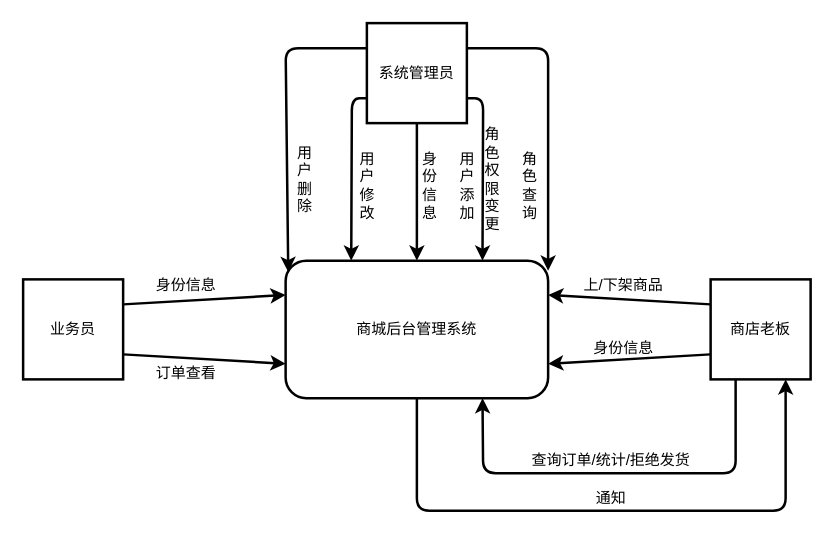
This is 上下纹数据流图.drawio from srcrs/draw-static, a draw.io file, before an edit. Source tidied: cells renumbered, new cells numbered last; positions are measured from the earlier drawing's top-left corner, leaving out a move shared by most shapes. Both pictures are drawn from the tidied source at 125%, with x=0, y=0 at pixel (22, 22).
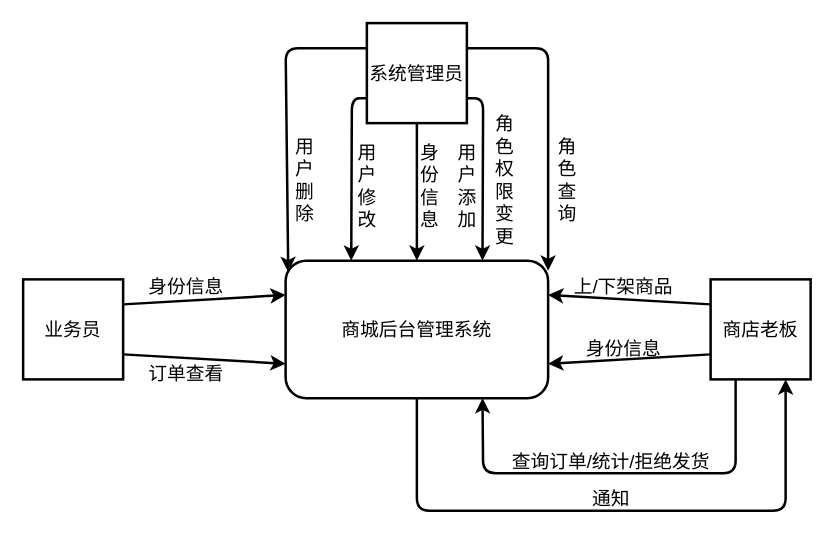
After the change.

Commit message:
更新上下纹数据流图.drawio

Diff of the diagram source:
```diff
@@
-    <mxCell id="2" value="商城后台管理系统" style="rounded=1;whiteSpace=wrap;html=1;strokeWidth=2;" parent="1" vertex="1">
+    <mxCell id="2" value="商城后台管理系统" style="rounded=1;whiteSpace=wrap;html=1;strokeWidth=2;fontSize=15;" parent="1" vertex="1">
       <mxGeometry x="210" y="190" width="210" height="110" as="geometry" />
     </mxCell>
-    <mxCell id="3" value="系统管理员" style="whiteSpace=wrap;html=1;strokeWidth=2;" parent="1" vertex="1">
+    <mxCell id="3" value="系统管理员" style="whiteSpace=wrap;html=1;strokeWidth=2;fontSize=15;" parent="1" vertex="1">
       <mxGeometry x="275" width="80" height="80" as="geometry" />
     </mxCell>
-    <mxCell id="4" value="商店老板" style="whiteSpace=wrap;html=1;strokeWidth=2;" parent="1" vertex="1">
+    <mxCell id="4" value="商店老板" style="whiteSpace=wrap;html=1;strokeWidth=2;fontSize=15;" parent="1" vertex="1">
       <mxGeometry x="550" y="205" width="80" height="80" as="geometry" />
     </mxCell>
-    <mxCell id="5" value="业务员" style="whiteSpace=wrap;html=1;strokeWidth=2;" parent="1" vertex="1">
+    <mxCell id="5" value="业务员" style="whiteSpace=wrap;html=1;strokeWidth=2;fontSize=15;" parent="1" vertex="1">
       <mxGeometry y="205" width="80" height="80" as="geometry" />
     </mxCell>
-    <mxCell id="6" style="endArrow=classic;html=1;strokeWidth=2;entryX=0.5;entryY=0;entryDx=0;entryDy=0;exitX=0.5;exitY=1;exitDx=0;exitDy=0;" parent="1" edge="1" source="3" target="2">
+    <mxCell id="6" style="endArrow=classic;html=1;strokeWidth=2;entryX=0.5;entryY=0;entryDx=0;entryDy=0;exitX=0.5;exitY=1;exitDx=0;exitDy=0;fontSize=15;" parent="1" edge="1" source="3" target="2">
       <mxGeometry relative="1" as="geometry" />
     </mxCell>
-    <mxCell id="7" value="身&lt;br&gt;份&lt;br&gt;信&lt;br&gt;息" style="text;html=1;align=center;verticalAlign=middle;" parent="1" vertex="1">
-      <mxGeometry x="310" y="100" width="30" height="60" as="geometry" />
+    <mxCell id="7" value="身&lt;br style=&quot;font-size: 15px;&quot;&gt;份&lt;br style=&quot;font-size: 15px;&quot;&gt;信&lt;br style=&quot;font-size: 15px;&quot;&gt;息" style="text;html=1;align=center;verticalAlign=middle;fontSize=15;" parent="1" vertex="1">
+      <mxGeometry x="310" y="90" width="30" height="80" as="geometry" />
     </mxCell>
-    <mxCell id="8" style="endArrow=classic;html=1;strokeWidth=2;exitX=1;exitY=0.75;exitDx=0;exitDy=0;entryX=0.75;entryY=0;entryDx=0;entryDy=0;" parent="1" edge="1" source="3" target="2">
+    <mxCell id="8" style="endArrow=classic;html=1;strokeWidth=2;exitX=1;exitY=0.75;exitDx=0;exitDy=0;entryX=0.75;entryY=0;entryDx=0;entryDy=0;fontSize=15;" parent="1" edge="1" source="3" target="2">
       <mxGeometry relative="1" as="geometry">
         <Array as="points">
           <mxPoint x="368" y="60" />
         </Array>
       </mxGeometry>
     </mxCell>
-    <mxCell id="9" value="用&lt;br&gt;户&lt;br&gt;添&lt;br&gt;加" style="text;html=1;align=center;verticalAlign=middle;" parent="1" vertex="1">
-      <mxGeometry x="340" y="100" width="30" height="60" as="geometry" />
+    <mxCell id="9" value="用&lt;br style=&quot;font-size: 15px;&quot;&gt;户&lt;br style=&quot;font-size: 15px;&quot;&gt;添&lt;br style=&quot;font-size: 15px;&quot;&gt;加" style="text;html=1;align=center;verticalAlign=middle;fontSize=15;" parent="1" vertex="1">
+      <mxGeometry x="340" y="90" width="30" height="80" as="geometry" />
     </mxCell>
-    <mxCell id="10" value="用&lt;br&gt;户&lt;br&gt;修&lt;br&gt;改" style="text;html=1;align=center;verticalAlign=middle;" parent="1" vertex="1">
-      <mxGeometry x="260" y="100" width="30" height="60" as="geometry" />
+    <mxCell id="10" value="用&lt;br style=&quot;font-size: 15px;&quot;&gt;户&lt;br style=&quot;font-size: 15px;&quot;&gt;修&lt;br style=&quot;font-size: 15px;&quot;&gt;改" style="text;html=1;align=center;verticalAlign=middle;fontSize=15;" parent="1" vertex="1">
+      <mxGeometry x="260" y="90" width="30" height="80" as="geometry" />
     </mxCell>
-    <mxCell id="11" value="用&lt;br&gt;户&lt;br&gt;删&lt;br&gt;除" style="text;html=1;align=center;verticalAlign=middle;" parent="1" vertex="1">
-      <mxGeometry x="210" y="95" width="30" height="60" as="geometry" />
+    <mxCell id="11" value="用&lt;br style=&quot;font-size: 15px;&quot;&gt;户&lt;br style=&quot;font-size: 15px;&quot;&gt;删&lt;br style=&quot;font-size: 15px;&quot;&gt;除" style="text;html=1;align=center;verticalAlign=middle;fontSize=15;" parent="1" vertex="1">
+      <mxGeometry x="210" y="85" width="30" height="80" as="geometry" />
     </mxCell>
-    <mxCell id="12" value="角&lt;br&gt;色&lt;br&gt;查&lt;br&gt;询" style="text;html=1;align=center;verticalAlign=middle;" parent="1" vertex="1">
-      <mxGeometry x="390" y="100" width="30" height="60" as="geometry" />
+    <mxCell id="12" value="角&lt;br style=&quot;font-size: 15px;&quot;&gt;色&lt;br style=&quot;font-size: 15px;&quot;&gt;查&lt;br style=&quot;font-size: 15px;&quot;&gt;询" style="text;html=1;align=center;verticalAlign=middle;fontSize=15;" parent="1" vertex="1">
+      <mxGeometry x="420" y="85" width="30" height="80" as="geometry" />
     </mxCell>
-    <mxCell id="13" value="角&lt;br&gt;色&lt;br&gt;权&lt;br&gt;限&lt;br&gt;变&lt;br&gt;更" style="text;html=1;align=center;verticalAlign=middle;" parent="1" vertex="1">
-      <mxGeometry x="360" y="80" width="30" height="90" as="geometry" />
+    <mxCell id="13" value="角&lt;br style=&quot;font-size: 15px;&quot;&gt;色&lt;br style=&quot;font-size: 15px;&quot;&gt;权&lt;br style=&quot;font-size: 15px;&quot;&gt;限&lt;br style=&quot;font-size: 15px;&quot;&gt;变&lt;br style=&quot;font-size: 15px;&quot;&gt;更" style="text;html=1;align=center;verticalAlign=middle;fontSize=15;" parent="1" vertex="1">
+      <mxGeometry x="370" y="70" width="30" height="110" as="geometry" />
     </mxCell>
-    <mxCell id="14" style="endArrow=classic;html=1;strokeWidth=2;exitX=0;exitY=0.75;exitDx=0;exitDy=0;entryX=0.25;entryY=0;entryDx=0;entryDy=0;" parent="1" edge="1" source="3" target="2">
+    <mxCell id="14" style="endArrow=classic;html=1;strokeWidth=2;exitX=0;exitY=0.75;exitDx=0;exitDy=0;entryX=0.25;entryY=0;entryDx=0;entryDy=0;fontSize=15;" parent="1" edge="1" source="3" target="2">
       <mxGeometry relative="1" as="geometry">
         <Array as="points">
           <mxPoint x="263" y="60" />
         </Array>
       </mxGeometry>
     </mxCell>
-    <mxCell id="15" style="endArrow=classic;html=1;strokeWidth=2;exitX=1;exitY=0.25;exitDx=0;exitDy=0;entryX=1;entryY=0.073;entryDx=0;entryDy=0;entryPerimeter=0;" parent="1" edge="1" source="3" target="2">
+    <mxCell id="15" style="endArrow=classic;html=1;strokeWidth=2;exitX=1;exitY=0.25;exitDx=0;exitDy=0;entryX=1;entryY=0.073;entryDx=0;entryDy=0;entryPerimeter=0;fontSize=15;" parent="1" edge="1" source="3" target="2">
       <mxGeometry relative="1" as="geometry">
         <Array as="points">
           <mxPoint x="420" y="20" />
         </Array>
       </mxGeometry>
     </mxCell>
-    <mxCell id="16" style="endArrow=classic;html=1;strokeWidth=2;exitX=0;exitY=0.25;exitDx=0;exitDy=0;entryX=0.01;entryY=0.082;entryDx=0;entryDy=0;entryPerimeter=0;" parent="1" edge="1" source="3" target="2">
+    <mxCell id="16" style="endArrow=classic;html=1;strokeWidth=2;exitX=0;exitY=0.25;exitDx=0;exitDy=0;entryX=0.01;entryY=0.082;entryDx=0;entryDy=0;entryPerimeter=0;fontSize=15;" parent="1" edge="1" source="3" target="2">
       <mxGeometry relative="1" as="geometry">
         <Array as="points">
           <mxPoint x="210" y="20" />
         </Array>
       </mxGeometry>
     </mxCell>
-    <mxCell id="17" style="endArrow=classic;html=1;strokeWidth=2;exitX=1;exitY=0.25;exitDx=0;exitDy=0;entryX=0;entryY=0.25;entryDx=0;entryDy=0;" parent="1" edge="1" source="5" target="2">
+    <mxCell id="17" style="endArrow=classic;html=1;strokeWidth=2;exitX=1;exitY=0.25;exitDx=0;exitDy=0;entryX=0;entryY=0.25;entryDx=0;entryDy=0;fontSize=15;" parent="1" edge="1" source="5" target="2">
       <mxGeometry relative="1" as="geometry" />
     </mxCell>
-    <mxCell id="18" value="身份信息" style="text;html=1;align=center;verticalAlign=middle;" parent="1" vertex="1">
-      <mxGeometry x="100" y="200" width="60" height="20" as="geometry" />
+    <mxCell id="18" value="身份信息" style="text;html=1;align=center;verticalAlign=middle;fontSize=15;" parent="1" vertex="1">
+      <mxGeometry x="90" y="200" width="80" height="20" as="geometry" />
     </mxCell>
-    <mxCell id="19" style="endArrow=classic;html=1;strokeWidth=2;exitX=1;exitY=0.75;exitDx=0;exitDy=0;entryX=0;entryY=0.75;entryDx=0;entryDy=0;" parent="1" edge="1" source="5" target="2">
+    <mxCell id="19" style="endArrow=classic;html=1;strokeWidth=2;exitX=1;exitY=0.75;exitDx=0;exitDy=0;entryX=0;entryY=0.75;entryDx=0;entryDy=0;fontSize=15;" parent="1" edge="1" source="5" target="2">
       <mxGeometry relative="1" as="geometry" />
     </mxCell>
-    <mxCell id="20" value="订单查看" style="text;html=1;align=center;verticalAlign=middle;" parent="1" vertex="1">
-      <mxGeometry x="100" y="270" width="60" height="20" as="geometry" />
+    <mxCell id="20" value="订单查看" style="text;html=1;align=center;verticalAlign=middle;fontSize=15;" parent="1" vertex="1">
+      <mxGeometry x="90" y="270" width="80" height="20" as="geometry" />
     </mxCell>
-    <mxCell id="21" style="endArrow=classic;html=1;strokeWidth=2;entryX=1;entryY=0.25;entryDx=0;entryDy=0;" parent="1" edge="1" target="2">
+    <mxCell id="21" style="endArrow=classic;html=1;strokeWidth=2;entryX=1;entryY=0.25;entryDx=0;entryDy=0;fontSize=15;" parent="1" edge="1" target="2">
       <mxGeometry relative="1" as="geometry">
         <mxPoint x="550" y="225" as="sourcePoint" />
       </mxGeometry>
     </mxCell>
-    <mxCell id="22" style="endArrow=classic;html=1;strokeWidth=2;exitX=0.5;exitY=1;exitDx=0;exitDy=0;entryX=0.75;entryY=1;entryDx=0;entryDy=0;" parent="1" edge="1" source="2" target="4">
+    <mxCell id="22" style="endArrow=classic;html=1;strokeWidth=2;exitX=0.5;exitY=1;exitDx=0;exitDy=0;entryX=0.75;entryY=1;entryDx=0;entryDy=0;fontSize=15;" parent="1" edge="1" source="2" target="4">
       <mxGeometry relative="1" as="geometry">
         <Array as="points">
           <mxPoint x="315" y="390" />
           <mxPoint x="470" y="390" />
           <mxPoint x="610" y="390" />
         </Array>
       </mxGeometry>
     </mxCell>
-    <mxCell id="23" style="endArrow=classic;html=1;strokeWidth=2;exitX=0;exitY=0.75;exitDx=0;exitDy=0;entryX=1;entryY=0.75;entryDx=0;entryDy=0;" parent="1" edge="1" source="4" target="2">
+    <mxCell id="23" style="endArrow=classic;html=1;strokeWidth=2;exitX=0;exitY=0.75;exitDx=0;exitDy=0;entryX=1;entryY=0.75;entryDx=0;entryDy=0;fontSize=15;" parent="1" edge="1" source="4" target="2">
       <mxGeometry relative="1" as="geometry" />
     </mxCell>
-    <mxCell id="24" value="上/下架商品" style="text;html=1;align=center;verticalAlign=middle;" parent="1" vertex="1">
-      <mxGeometry x="440" y="200" width="80" height="20" as="geometry" />
+    <mxCell id="24" value="上/下架商品" style="text;html=1;align=center;verticalAlign=middle;fontSize=15;" parent="1" vertex="1">
+      <mxGeometry x="435" y="200" width="90" height="20" as="geometry" />
     </mxCell>
-    <mxCell id="25" value="通知" style="text;html=1;align=center;verticalAlign=middle;" parent="1" vertex="1">
-      <mxGeometry x="450" y="370" width="40" height="20" as="geometry" />
+    <mxCell id="25" value="通知" style="text;html=1;align=center;verticalAlign=middle;fontSize=15;" parent="1" vertex="1">
+      <mxGeometry x="445" y="370" width="50" height="20" as="geometry" />
     </mxCell>
-    <mxCell id="26" value="查询订单/统计/拒绝发货" style="text;html=1;align=center;verticalAlign=middle;" parent="1" vertex="1">
-      <mxGeometry x="400" y="340" width="140" height="20" as="geometry" />
+    <mxCell id="26" value="查询订单/统计/拒绝发货" style="text;html=1;align=center;verticalAlign=middle;fontSize=15;" parent="1" vertex="1">
+      <mxGeometry x="385" y="340" width="170" height="20" as="geometry" />
     </mxCell>
-    <mxCell id="27" style="endArrow=classic;html=1;strokeWidth=2;exitX=0.25;exitY=1;exitDx=0;exitDy=0;entryX=0.75;entryY=1;entryDx=0;entryDy=0;" parent="1" edge="1" source="4" target="2">
+    <mxCell id="27" style="endArrow=classic;html=1;strokeWidth=2;exitX=0.25;exitY=1;exitDx=0;exitDy=0;entryX=0.75;entryY=1;entryDx=0;entryDy=0;fontSize=15;" parent="1" edge="1" source="4" target="2">
       <mxGeometry relative="1" as="geometry">
         <Array as="points">
           <mxPoint x="570" y="360" />
           <mxPoint x="368" y="360" />
         </Array>
       </mxGeometry>
     </mxCell>
-    <mxCell id="28" value="身份信息" style="text;html=1;align=center;verticalAlign=middle;" parent="1" vertex="1">
-      <mxGeometry x="450" y="250" width="60" height="20" as="geometry" />
+    <mxCell id="28" value="身份信息" style="text;html=1;align=center;verticalAlign=middle;fontSize=15;" parent="1" vertex="1">
+      <mxGeometry x="440" y="250" width="80" height="20" as="geometry" />
     </mxCell>
```
